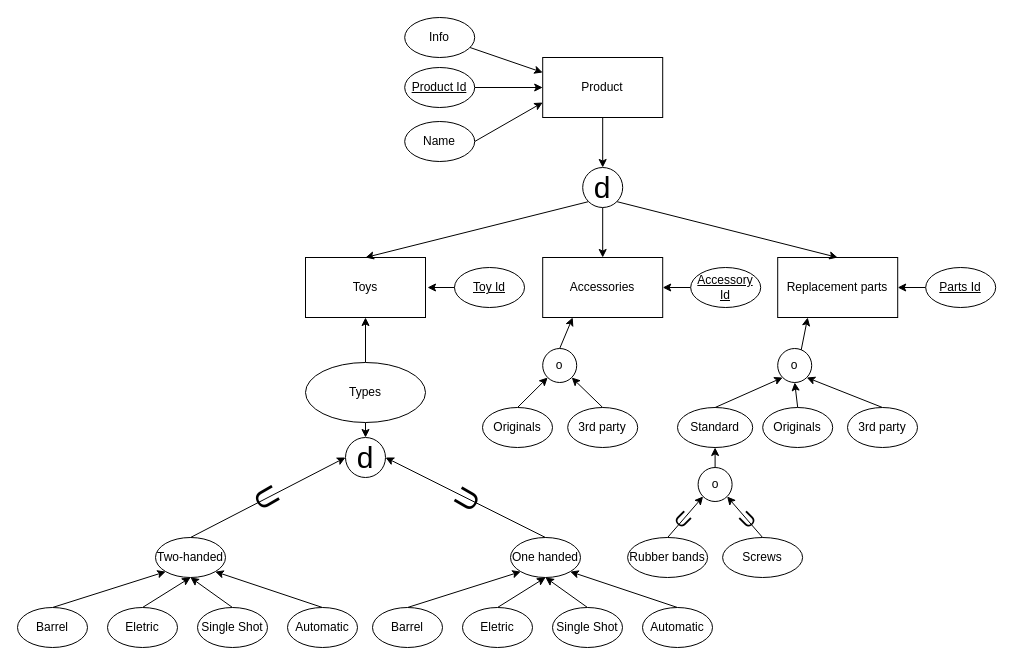
Before: Data Engineer/Main Studies/Module 6 - Database and Data Warehouse/D1/task2.drawio in m-c-v-k/Portfolio, a draw.io diagram. Source tidied: cells renumbered, new cells numbered last; positions are measured from the earlier drawing's top-left corner, leaving out a move shared by most shapes. Both pictures are drawn from the tidied source at 100%, with x=0, y=0 at pixel (17, 17).
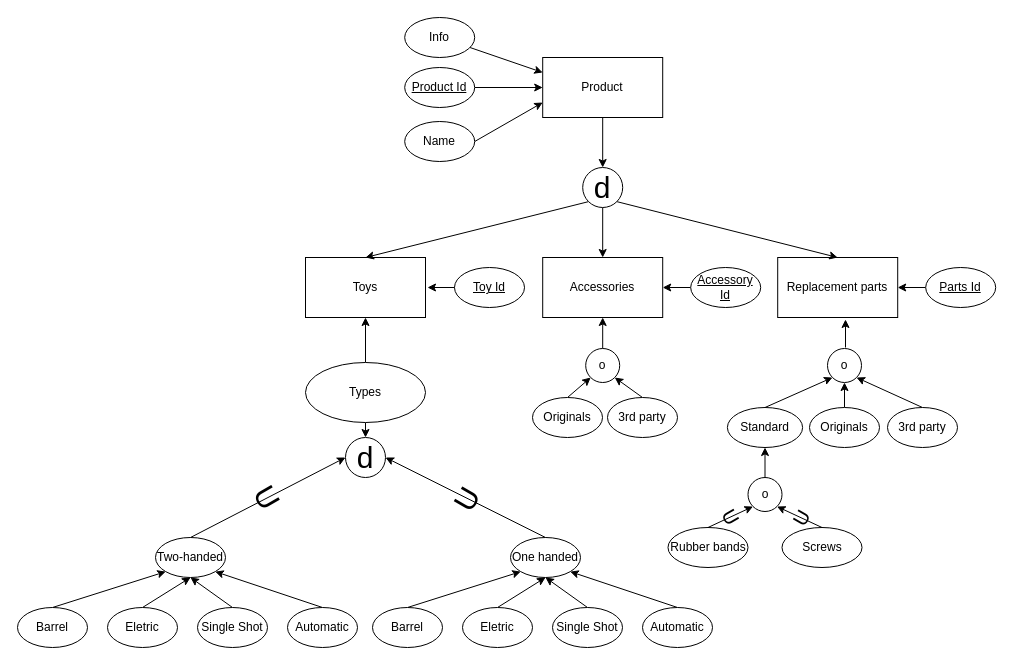
After the change.

Commit message:
Making it look pretty

Unchanged cells that the change refers to:
```xml
<mxCell id="3" value="Accessories" style="rounded=0;whiteSpace=wrap;html=1;" parent="1" vertex="1">
  <mxGeometry x="525.2" y="240" width="120" height="60" as="geometry" />
</mxCell>
<mxCell id="48" value="Replacement parts" style="rounded=0;whiteSpace=wrap;html=1;" parent="1" vertex="1">
  <mxGeometry x="760.2" y="240" width="120" height="60" as="geometry" />
</mxCell>
<mxCell id="65" style="endArrow=classic;html=1;entryX=1;entryY=1;entryDx=0;entryDy=0;exitX=0.5;exitY=0;exitDx=0;exitDy=0;" parent="1" edge="1" source="58" target="70">
  <mxGeometry relative="1" as="geometry" />
</mxCell>
<mxCell id="67" style="endArrow=classic;html=1;entryX=0;entryY=1;entryDx=0;entryDy=0;exitX=0.5;exitY=0;exitDx=0;exitDy=0;" parent="1" edge="1" source="11" target="70">
  <mxGeometry relative="1" as="geometry" />
</mxCell>
```

What changed in the source:
```diff
@@
     <mxCell id="11" value="Rubber bands" style="ellipse;whiteSpace=wrap;html=1;" parent="1" vertex="1">
-      <mxGeometry x="610.1" y="520" width="80" height="40" as="geometry" />
+      <mxGeometry x="650.5" y="510" width="80" height="40" as="geometry" />
     </mxCell>
     <mxCell id="12" value="Standard" style="ellipse;whiteSpace=wrap;html=1;" parent="1" vertex="1">
-      <mxGeometry x="660" y="390" width="75.2" height="40" as="geometry" />
+      <mxGeometry x="709.9" y="390" width="75.2" height="40" as="geometry" />
     </mxCell>
@@
     <mxCell id="14" value="Originals" style="ellipse;whiteSpace=wrap;html=1;" parent="1" vertex="1">
-      <mxGeometry x="745.2" y="390" width="70" height="40" as="geometry" />
+      <mxGeometry x="792" y="390" width="70" height="40" as="geometry" />
     </mxCell>
     <mxCell id="15" value="3rd party" style="ellipse;whiteSpace=wrap;html=1;" parent="1" vertex="1">
-      <mxGeometry x="830" y="390" width="70" height="40" as="geometry" />
+      <mxGeometry x="870" y="390" width="70" height="40" as="geometry" />
     </mxCell>
@@
     <mxCell id="18" value="Originals" style="ellipse;whiteSpace=wrap;html=1;" parent="1" vertex="1">
-      <mxGeometry x="465" y="390" width="70" height="40" as="geometry" />
+      <mxGeometry x="515" y="380" width="70" height="40" as="geometry" />
     </mxCell>
     <mxCell id="19" value="3rd party" style="ellipse;whiteSpace=wrap;html=1;" parent="1" vertex="1">
-      <mxGeometry x="550.2" y="390" width="70" height="40" as="geometry" />
+      <mxGeometry x="590" y="380" width="70" height="40" as="geometry" />
     </mxCell>
@@
-    <mxCell id="56" style="edgeStyle=none;html=1;exitX=0.5;exitY=1;exitDx=0;exitDy=0;entryX=0.25;entryY=1;entryDx=0;entryDy=0;" parent="1" edge="1" source="57" target="48">
-      <mxGeometry relative="1" as="geometry" />
+    <mxCell id="56" style="edgeStyle=none;html=1;entryX=0.565;entryY=1.033;entryDx=0;entryDy=0;entryPerimeter=0;" parent="1" edge="1" target="48">
+      <mxGeometry relative="1" as="geometry">
+        <mxPoint x="828" y="330" as="sourcePoint" />
+      </mxGeometry>
     </mxCell>
     <mxCell id="57" value="o" style="ellipse;whiteSpace=wrap;html=1;" parent="1" vertex="1">
-      <mxGeometry x="760.2" y="331" width="34" height="34" as="geometry" />
+      <mxGeometry x="810" y="331" width="34" height="34" as="geometry" />
     </mxCell>
     <mxCell id="58" value="Screws" style="ellipse;whiteSpace=wrap;html=1;" parent="1" vertex="1">
-      <mxGeometry x="705.1" y="520" width="80" height="40" as="geometry" />
+      <mxGeometry x="764.5" y="510" width="80" height="40" as="geometry" />
     </mxCell>
-    <mxCell id="59" style="edgeStyle=none;html=1;exitX=0.5;exitY=0;exitDx=0;exitDy=0;entryX=0.25;entryY=1;entryDx=0;entryDy=0;" parent="1" edge="1" source="60" target="3">
+    <mxCell id="59" style="edgeStyle=none;html=1;exitX=0.5;exitY=0;exitDx=0;exitDy=0;entryX=0.5;entryY=1;entryDx=0;entryDy=0;" parent="1" edge="1" source="60" target="3">
       <mxGeometry relative="1" as="geometry" />
     </mxCell>
     <mxCell id="60" value="o" style="ellipse;whiteSpace=wrap;html=1;" parent="1" vertex="1">
-      <mxGeometry x="525.2" y="331" width="34" height="34" as="geometry" />
+      <mxGeometry x="568.2" y="331" width="34" height="34" as="geometry" />
     </mxCell>
@@
-    <mxCell id="66" value="U" style="edgeLabel;html=1;align=center;verticalAlign=middle;rotation=-45;fontSize=20;labelBackgroundColor=none;" parent="65" vertex="1">
+    <mxCell id="66" value="U" style="edgeLabel;html=1;align=center;verticalAlign=middle;rotation=-60;fontSize=20;labelBackgroundColor=none;" parent="65" vertex="1">
       <mxGeometry relative="1" as="geometry">
         <mxPoint x="1" y="2" as="offset" />
       </mxGeometry>
     </mxCell>
@@
-    <mxCell id="68" value="U" style="edgeLabel;html=1;align=center;verticalAlign=middle;rotation=45;fontSize=20;labelBackgroundColor=none;" parent="67" vertex="1">
+    <mxCell id="68" value="U" style="edgeLabel;html=1;align=center;verticalAlign=middle;rotation=60;fontSize=20;labelBackgroundColor=none;" parent="67" vertex="1">
       <mxGeometry relative="1" as="geometry">
-        <mxPoint x="-2" y="1" as="offset" />
+        <mxPoint x="1" y="-1" as="offset" />
       </mxGeometry>
     </mxCell>
@@
     <mxCell id="70" value="o" style="ellipse;whiteSpace=wrap;html=1;" parent="1" vertex="1">
-      <mxGeometry x="680.6" y="450" width="34" height="34" as="geometry" />
+      <mxGeometry x="730.5" y="460" width="34" height="34" as="geometry" />
     </mxCell>
```
